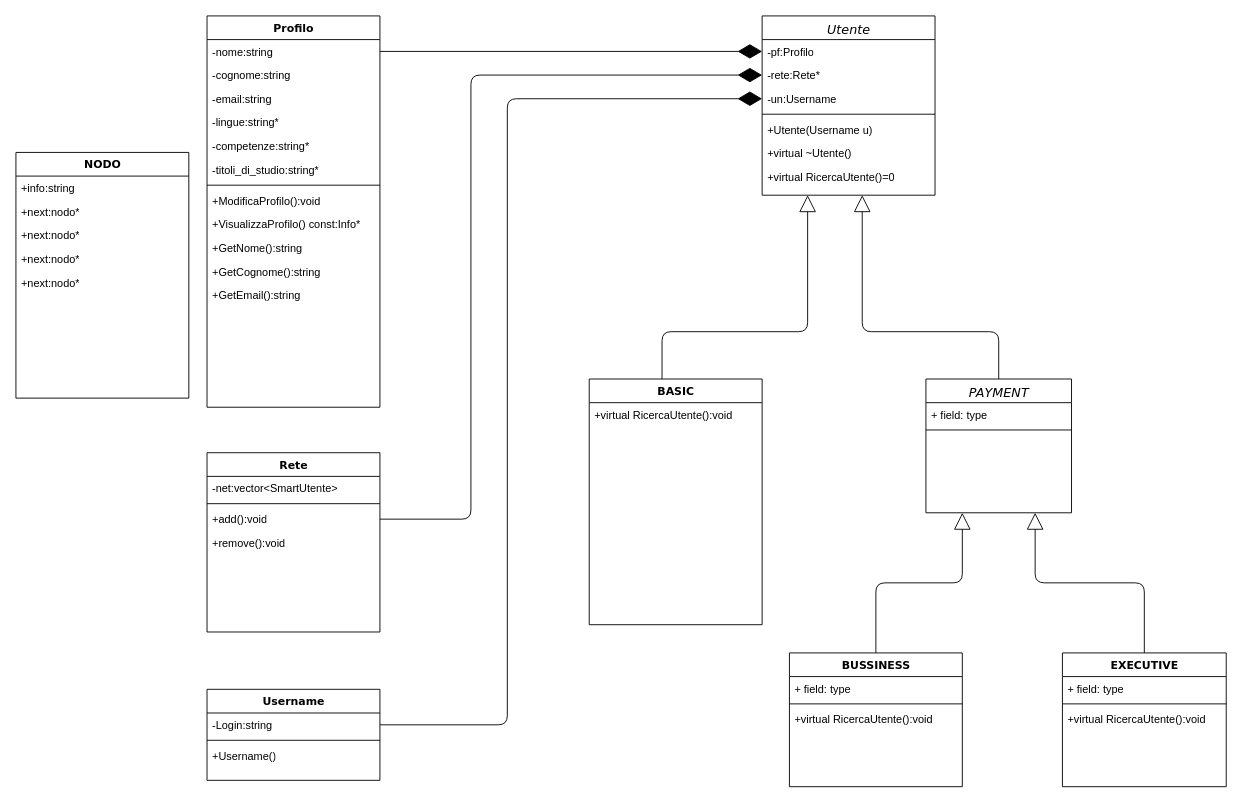
The draw.io diagram Schema.drawio in LorenzoMatt/ProgeettoP2, before the edit. Source tidied: cells renumbered, new cells numbered last; positions are measured from the earlier drawing's top-left corner, leaving out a move shared by most shapes. Both pictures are drawn from the tidied source at 91%, with x=0, y=0 at pixel (15, 15).
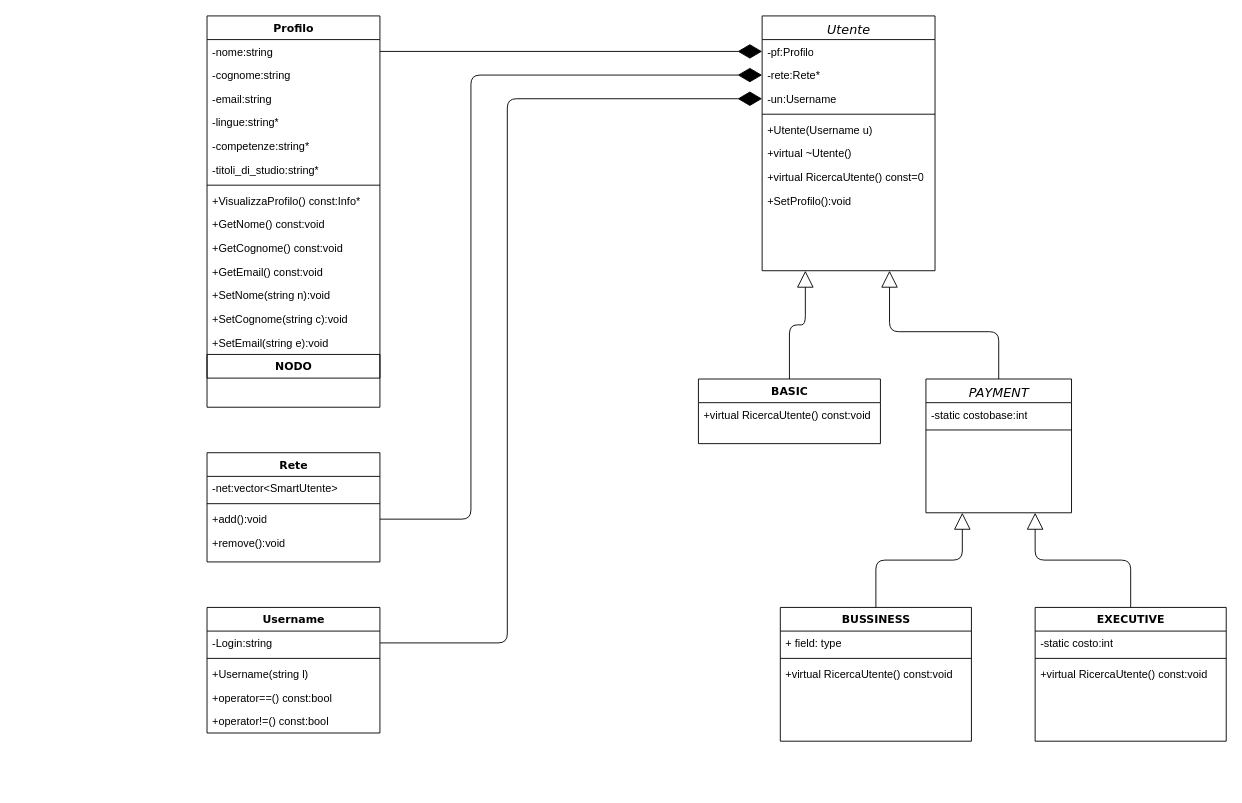
After the change.

The change refers to these unchanged cells:
```xml
<mxCell id="5" value="-un:Username" style="text;html=1;strokeColor=none;fillColor=none;align=left;verticalAlign=top;spacingLeft=4;spacingRight=4;whiteSpace=wrap;overflow=hidden;points=[[0,0.5],[1,0.5]];portConstraint=eastwest;" parent="2" vertex="1">
  <mxGeometry y="78" width="190" height="26" as="geometry" />
</mxCell>
<mxCell id="14" value="&lt;span style=&quot;font-weight: normal&quot;&gt;&lt;i&gt;&lt;font style=&quot;font-size: 14px&quot;&gt;PAYMENT&lt;/font&gt;&lt;/i&gt;&lt;/span&gt;" style="swimlane;html=1;fontStyle=1;align=center;verticalAlign=top;horizontal=1;startSize=26;swimlaneFillColor=#ffffff;rounded=0;shadow=0;comic=0;labelBackgroundColor=none;strokeWidth=1;fillColor=none;fontFamily=Verdana;fontSize=12;" parent="1" vertex="1">
  <mxGeometry x="1000" y="399" width="160" height="147" as="geometry" />
</mxCell>
<mxCell id="31" value="-Login:string" style="text;html=1;strokeColor=none;fillColor=none;align=left;verticalAlign=top;spacingLeft=4;spacingRight=4;whiteSpace=wrap;overflow=hidden;points=[[0,0.5],[1,0.5]];portConstraint=eastwest;" parent="30" vertex="1">
  <mxGeometry y="26" width="190" height="26" as="geometry" />
</mxCell>
<mxCell id="39" value="Profilo" style="swimlane;html=1;fontStyle=1;align=center;verticalAlign=top;horizontal=1;startSize=26;swimlaneFillColor=#ffffff;rounded=0;shadow=0;comic=0;labelBackgroundColor=none;strokeWidth=1;fillColor=none;fontFamily=Verdana;fontSize=12;" parent="1" vertex="1">
  <mxGeometry x="210" width="190" height="430" as="geometry" />
</mxCell>
```

Change to the diagram source:
```diff
@@
     <mxCell id="2" value="&lt;i style=&quot;font-weight: normal&quot;&gt;&lt;font style=&quot;font-size: 14px&quot;&gt;Utente&lt;/font&gt;&lt;/i&gt;" style="swimlane;html=1;fontStyle=1;align=center;verticalAlign=top;horizontal=1;startSize=26;swimlaneFillColor=#ffffff;rounded=0;shadow=0;comic=0;labelBackgroundColor=none;strokeWidth=1;fillColor=none;fontFamily=Verdana;fontSize=12;" parent="1" vertex="1">
-      <mxGeometry x="820" width="190" height="197" as="geometry" />
+      <mxGeometry x="820" width="190" height="280" as="geometry" />
     </mxCell>
@@
-    <mxCell id="9" value="+virtual RicercaUtente()=0" style="text;html=1;strokeColor=none;fillColor=none;align=left;verticalAlign=top;spacingLeft=4;spacingRight=4;whiteSpace=wrap;overflow=hidden;" parent="2" vertex="1">
+    <mxCell id="9" value="+virtual RicercaUtente() const=0" style="text;html=1;strokeColor=none;fillColor=none;align=left;verticalAlign=top;spacingLeft=4;spacingRight=4;whiteSpace=wrap;overflow=hidden;" parent="2" vertex="1">
       <mxGeometry y="164" width="190" height="26" as="geometry" />
     </mxCell>
-    <mxCell id="10" style="edgeStyle=orthogonalEdgeStyle;html=1;labelBackgroundColor=none;startFill=0;startSize=8;endArrow=block;endFill=0;endSize=16;fontFamily=Verdana;fontSize=12;" parent="1" edge="1" source="11" target="2">
-      <mxGeometry relative="1" as="geometry">
-        <Array as="points">
-          <mxPoint x="710" y="347" />
-          <mxPoint x="870" y="347" />
-        </Array>
-      </mxGeometry>
-    </mxCell>
+    <mxCell id="58" value="+SetProfilo():void" style="text;html=1;strokeColor=none;fillColor=none;align=left;verticalAlign=top;spacingLeft=4;spacingRight=4;whiteSpace=wrap;overflow=hidden;" parent="2" vertex="1">
+      <mxGeometry y="190" width="190" height="26" as="geometry" />
+    </mxCell>
     <mxCell id="11" value="BASIC" style="swimlane;html=1;fontStyle=1;align=center;verticalAlign=top;horizontal=1;startSize=26;swimlaneFillColor=#ffffff;rounded=0;shadow=0;comic=0;labelBackgroundColor=none;strokeWidth=1;fillColor=none;fontFamily=Verdana;fontSize=12;" parent="1" vertex="1">
-      <mxGeometry x="630" y="399" width="190" height="270" as="geometry" />
+      <mxGeometry x="750" y="399" width="200" height="71" as="geometry" />
     </mxCell>
-    <mxCell id="12" value="+virtual RicercaUtente():void" style="text;html=1;strokeColor=none;fillColor=none;align=left;verticalAlign=top;spacingLeft=4;spacingRight=4;whiteSpace=wrap;overflow=hidden;" parent="11" vertex="1">
-      <mxGeometry y="26" width="190" height="26" as="geometry" />
+    <mxCell id="12" value="+virtual RicercaUtente() const:void" style="text;html=1;strokeColor=none;fillColor=none;align=left;verticalAlign=top;spacingLeft=4;spacingRight=4;whiteSpace=wrap;overflow=hidden;" parent="11" vertex="1">
+      <mxGeometry y="26" width="200" height="26" as="geometry" />
     </mxCell>
     <mxCell id="13" style="edgeStyle=orthogonalEdgeStyle;html=1;labelBackgroundColor=none;startFill=0;startSize=8;endArrow=block;endFill=0;endSize=16;fontFamily=Verdana;fontSize=12;" parent="1" edge="1" source="14" target="2">
       <mxGeometry relative="1" as="geometry">
         <Array as="points">
           <mxPoint x="1080" y="347" />
-          <mxPoint x="930" y="347" />
+          <mxPoint x="960" y="347" />
         </Array>
       </mxGeometry>
     </mxCell>
@@
-    <mxCell id="15" value="+ field: type" style="text;html=1;strokeColor=none;fillColor=none;align=left;verticalAlign=top;spacingLeft=4;spacingRight=4;whiteSpace=wrap;overflow=hidden;" parent="14" vertex="1">
+    <mxCell id="15" value="-static costobase:int" style="text;html=1;strokeColor=none;fillColor=none;align=left;verticalAlign=top;spacingLeft=4;spacingRight=4;whiteSpace=wrap;overflow=hidden;" parent="14" vertex="1">
       <mxGeometry y="26" width="160" height="26" as="geometry" />
     </mxCell>
@@
     <mxCell id="17" value="EXECUTIVE" style="swimlane;html=1;fontStyle=1;align=center;verticalAlign=top;horizontal=1;startSize=26;swimlaneFillColor=#ffffff;rounded=0;shadow=0;comic=0;labelBackgroundColor=none;strokeWidth=1;fillColor=none;fontFamily=Verdana;fontSize=12;" parent="1" vertex="1">
-      <mxGeometry x="1150" y="700" width="180" height="147" as="geometry" />
+      <mxGeometry x="1120" y="650" width="210" height="147" as="geometry" />
     </mxCell>
-    <mxCell id="18" value="+ field: type" style="text;html=1;strokeColor=none;fillColor=none;align=left;verticalAlign=top;spacingLeft=4;spacingRight=4;whiteSpace=wrap;overflow=hidden;" parent="17" vertex="1">
-      <mxGeometry y="26" width="180" height="26" as="geometry" />
+    <mxCell id="18" value="-static costo:int" style="text;html=1;strokeColor=none;fillColor=none;align=left;verticalAlign=top;spacingLeft=4;spacingRight=4;whiteSpace=wrap;overflow=hidden;" parent="17" vertex="1">
+      <mxGeometry y="26" width="210" height="26" as="geometry" />
     </mxCell>
     <mxCell id="19" style="line;html=1;strokeWidth=1;fillColor=none;align=left;verticalAlign=middle;spacingTop=-1;spacingLeft=3;spacingRight=3;labelPosition=right;" parent="17" vertex="1">
-      <mxGeometry y="52" width="180" height="8" as="geometry" />
+      <mxGeometry y="52" width="210" height="8" as="geometry" />
     </mxCell>
-    <mxCell id="20" value="+virtual RicercaUtente():void" style="text;html=1;strokeColor=none;fillColor=none;align=left;verticalAlign=top;spacingLeft=4;spacingRight=4;whiteSpace=wrap;overflow=hidden;" parent="17" vertex="1">
-      <mxGeometry y="60" width="180" height="26" as="geometry" />
+    <mxCell id="20" value="+virtual RicercaUtente() const:void" style="text;html=1;strokeColor=none;fillColor=none;align=left;verticalAlign=top;spacingLeft=4;spacingRight=4;whiteSpace=wrap;overflow=hidden;" parent="17" vertex="1">
+      <mxGeometry y="60" width="210" height="26" as="geometry" />
     </mxCell>
     <mxCell id="21" value="BUSSINESS" style="swimlane;html=1;fontStyle=1;align=center;verticalAlign=top;horizontal=1;startSize=26;swimlaneFillColor=#ffffff;rounded=0;shadow=0;comic=0;labelBackgroundColor=none;strokeWidth=1;fillColor=none;fontFamily=Verdana;fontSize=12;" parent="1" vertex="1">
-      <mxGeometry x="850" y="700" width="190" height="147" as="geometry" />
+      <mxGeometry x="840" y="650" width="210" height="147" as="geometry" />
     </mxCell>
     <mxCell id="22" value="+ field: type" style="text;html=1;strokeColor=none;fillColor=none;align=left;verticalAlign=top;spacingLeft=4;spacingRight=4;whiteSpace=wrap;overflow=hidden;" parent="21" vertex="1">
-      <mxGeometry y="26" width="190" height="26" as="geometry" />
+      <mxGeometry y="26" width="210" height="26" as="geometry" />
     </mxCell>
     <mxCell id="23" style="line;html=1;strokeWidth=1;fillColor=none;align=left;verticalAlign=middle;spacingTop=-1;spacingLeft=3;spacingRight=3;labelPosition=right;" parent="21" vertex="1">
-      <mxGeometry y="52" width="190" height="8" as="geometry" />
+      <mxGeometry y="52" width="210" height="8" as="geometry" />
     </mxCell>
-    <mxCell id="24" value="+virtual RicercaUtente():void" style="text;html=1;strokeColor=none;fillColor=none;align=left;verticalAlign=top;spacingLeft=4;spacingRight=4;whiteSpace=wrap;overflow=hidden;" parent="21" vertex="1">
-      <mxGeometry y="60" width="190" height="26" as="geometry" />
+    <mxCell id="24" value="+virtual RicercaUtente() const:void" style="text;html=1;strokeColor=none;fillColor=none;align=left;verticalAlign=top;spacingLeft=4;spacingRight=4;whiteSpace=wrap;overflow=hidden;" parent="21" vertex="1">
+      <mxGeometry y="60" width="210" height="26" as="geometry" />
     </mxCell>
@@
     <mxCell id="27" style="endArrow=diamondThin;endFill=1;endSize=24;html=1;entryX=0;entryY=0.5;entryDx=0;entryDy=0;exitX=1;exitY=0.5;exitDx=0;exitDy=0;edgeStyle=orthogonalEdgeStyle;" parent="1" edge="1" source="31" target="5">
       <mxGeometry relative="1" as="geometry">
         <Array as="points">
-          <mxPoint x="540" y="779" />
+          <mxPoint x="540" y="689" />
           <mxPoint x="540" y="91" />
         </Array>
       </mxGeometry>
     </mxCell>
@@
     <mxCell id="30" value="Username" style="swimlane;html=1;fontStyle=1;align=center;verticalAlign=top;horizontal=1;startSize=26;swimlaneFillColor=#ffffff;rounded=0;shadow=0;comic=0;labelBackgroundColor=none;strokeWidth=1;fillColor=none;fontFamily=Verdana;fontSize=12;" parent="1" vertex="1">
-      <mxGeometry x="210" y="740" width="190" height="100" as="geometry" />
+      <mxGeometry x="210" y="650" width="190" height="138" as="geometry" />
     </mxCell>
@@
-    <mxCell id="33" value="+Username()" style="text;html=1;strokeColor=none;fillColor=none;align=left;verticalAlign=top;spacingLeft=4;spacingRight=4;whiteSpace=wrap;overflow=hidden;" parent="30" vertex="1">
+    <mxCell id="33" value="+Username(string l)" style="text;html=1;strokeColor=none;fillColor=none;align=left;verticalAlign=top;spacingLeft=4;spacingRight=4;whiteSpace=wrap;overflow=hidden;" parent="30" vertex="1">
       <mxGeometry y="60" width="190" height="26" as="geometry" />
     </mxCell>
+    <mxCell id="59" value="+operator==() const:bool" style="text;html=1;strokeColor=none;fillColor=none;align=left;verticalAlign=top;spacingLeft=4;spacingRight=4;whiteSpace=wrap;overflow=hidden;" parent="30" vertex="1">
+      <mxGeometry y="86" width="190" height="26" as="geometry" />
+    </mxCell>
+    <mxCell id="60" value="+operator!=() const:bool" style="text;html=1;strokeColor=none;fillColor=none;align=left;verticalAlign=top;spacingLeft=4;spacingRight=4;whiteSpace=wrap;overflow=hidden;" parent="30" vertex="1">
+      <mxGeometry y="112" width="190" height="26" as="geometry" />
+    </mxCell>
     <mxCell id="34" value="Rete" style="swimlane;html=1;fontStyle=1;align=center;verticalAlign=top;horizontal=1;startSize=26;swimlaneFillColor=#ffffff;rounded=0;shadow=0;comic=0;labelBackgroundColor=none;strokeWidth=1;fillColor=none;fontFamily=Verdana;fontSize=12;" parent="1" vertex="1">
-      <mxGeometry x="210" y="480" width="190" height="197" as="geometry" />
+      <mxGeometry x="210" y="480" width="190" height="120" as="geometry" />
     </mxCell>
@@
-    <mxCell id="47" value="+ModificaProfilo():void" style="text;html=1;strokeColor=none;fillColor=none;align=left;verticalAlign=top;spacingLeft=4;spacingRight=4;whiteSpace=wrap;overflow=hidden;" parent="39" vertex="1">
-      <mxGeometry y="190" width="190" height="26" as="geometry" />
-    </mxCell>
     <mxCell id="48" value="+VisualizzaProfilo() const:Info*" style="text;html=1;strokeColor=none;fillColor=none;align=left;verticalAlign=top;spacingLeft=4;spacingRight=4;whiteSpace=wrap;overflow=hidden;" parent="39" vertex="1">
-      <mxGeometry y="216" width="190" height="26" as="geometry" />
+      <mxGeometry y="190" width="190" height="26" as="geometry" />
     </mxCell>
-    <mxCell id="49" value="+GetNome():string&amp;nbsp;" style="text;html=1;strokeColor=none;fillColor=none;align=left;verticalAlign=top;spacingLeft=4;spacingRight=4;whiteSpace=wrap;overflow=hidden;" parent="39" vertex="1">
-      <mxGeometry y="242" width="190" height="26" as="geometry" />
+    <mxCell id="49" value="+GetNome() const:void&amp;nbsp;" style="text;html=1;strokeColor=none;fillColor=none;align=left;verticalAlign=top;spacingLeft=4;spacingRight=4;whiteSpace=wrap;overflow=hidden;" parent="39" vertex="1">
+      <mxGeometry y="216" width="190" height="26" as="geometry" />
     </mxCell>
-    <mxCell id="50" value="+GetCognome():string&amp;nbsp;" style="text;html=1;strokeColor=none;fillColor=none;align=left;verticalAlign=top;spacingLeft=4;spacingRight=4;whiteSpace=wrap;overflow=hidden;" parent="39" vertex="1">
-      <mxGeometry y="268" width="190" height="26" as="geometry" />
+    <mxCell id="50" value="+GetCognome() const:void" style="text;html=1;strokeColor=none;fillColor=none;align=left;verticalAlign=top;spacingLeft=4;spacingRight=4;whiteSpace=wrap;overflow=hidden;" parent="39" vertex="1">
+      <mxGeometry y="242" width="190" height="26" as="geometry" />
     </mxCell>
-    <mxCell id="51" value="+GetEmail():string&amp;nbsp;" style="text;html=1;strokeColor=none;fillColor=none;align=left;verticalAlign=top;spacingLeft=4;spacingRight=4;whiteSpace=wrap;overflow=hidden;" parent="39" vertex="1">
-      <mxGeometry y="294" width="190" height="26" as="geometry" />
+    <mxCell id="51" value="+GetEmail() const:void" style="text;html=1;strokeColor=none;fillColor=none;align=left;verticalAlign=top;spacingLeft=4;spacingRight=4;whiteSpace=wrap;overflow=hidden;" parent="39" vertex="1">
+      <mxGeometry y="268" width="190" height="26" as="geometry" />
     </mxCell>
+    <mxCell id="61" value="+SetNome(string n):void" style="text;html=1;strokeColor=none;fillColor=none;align=left;verticalAlign=top;spacingLeft=4;spacingRight=4;whiteSpace=wrap;overflow=hidden;" parent="39" vertex="1">
+      <mxGeometry y="294" width="190" height="26" as="geometry" />
+    </mxCell>
+    <mxCell id="62" value="+SetCognome(string c):void" style="text;html=1;strokeColor=none;fillColor=none;align=left;verticalAlign=top;spacingLeft=4;spacingRight=4;whiteSpace=wrap;overflow=hidden;" parent="39" vertex="1">
+      <mxGeometry y="320" width="190" height="26" as="geometry" />
+    </mxCell>
+    <mxCell id="63" value="+SetEmail(string e):void" style="text;html=1;strokeColor=none;fillColor=none;align=left;verticalAlign=top;spacingLeft=4;spacingRight=4;whiteSpace=wrap;overflow=hidden;" parent="39" vertex="1">
+      <mxGeometry y="346" width="190" height="26" as="geometry" />
+    </mxCell>
-    <mxCell id="52" value="NODO" style="swimlane;html=1;fontStyle=1;align=center;verticalAlign=top;horizontal=1;startSize=26;swimlaneFillColor=#ffffff;rounded=0;shadow=0;comic=0;labelBackgroundColor=none;strokeWidth=1;fillColor=none;fontFamily=Verdana;fontSize=12;" parent="1" vertex="1">
-      <mxGeometry y="150" width="190" height="270" as="geometry" />
+    <mxCell id="52" value="NODO" style="swimlane;html=1;fontStyle=1;align=center;verticalAlign=top;horizontal=1;startSize=26;swimlaneFillColor=#ffffff;rounded=0;shadow=0;comic=0;labelBackgroundColor=none;strokeWidth=1;fillColor=none;fontFamily=Verdana;fontSize=12;" parent="39" vertex="1" collapsed="1">
+      <mxGeometry y="372" width="190" height="26" as="geometry" />
     </mxCell>
-    <mxCell id="53" value="+info:string" style="text;html=1;strokeColor=none;fillColor=none;align=left;verticalAlign=top;spacingLeft=4;spacingRight=4;whiteSpace=wrap;overflow=hidden;" parent="52" vertex="1">
-      <mxGeometry y="26" width="190" height="26" as="geometry" />
-    </mxCell>
-    <mxCell id="54" value="+next:nodo*" style="text;html=1;strokeColor=none;fillColor=none;align=left;verticalAlign=top;spacingLeft=4;spacingRight=4;whiteSpace=wrap;overflow=hidden;" parent="52" vertex="1">
-      <mxGeometry y="52" width="190" height="26" as="geometry" />
-    </mxCell>
-    <mxCell id="55" value="+next:nodo*" style="text;html=1;strokeColor=none;fillColor=none;align=left;verticalAlign=top;spacingLeft=4;spacingRight=4;whiteSpace=wrap;overflow=hidden;" parent="52" vertex="1">
-      <mxGeometry y="78" width="190" height="26" as="geometry" />
-    </mxCell>
-    <mxCell id="56" value="+next:nodo*" style="text;html=1;strokeColor=none;fillColor=none;align=left;verticalAlign=top;spacingLeft=4;spacingRight=4;whiteSpace=wrap;overflow=hidden;" parent="52" vertex="1">
-      <mxGeometry y="104" width="190" height="26" as="geometry" />
-    </mxCell>
-    <mxCell id="57" value="+next:nodo*" style="text;html=1;strokeColor=none;fillColor=none;align=left;verticalAlign=top;spacingLeft=4;spacingRight=4;whiteSpace=wrap;overflow=hidden;" parent="52" vertex="1">
-      <mxGeometry y="130" width="190" height="26" as="geometry" />
-    </mxCell>
+    <mxCell id="10" style="endArrow=block;endSize=16;endFill=0;html=1;entryX=0.25;entryY=1;entryDx=0;entryDy=0;exitX=0.5;exitY=0;exitDx=0;exitDy=0;edgeStyle=orthogonalEdgeStyle;" parent="1" edge="1" source="11" target="2">
+      <mxGeometry relative="1" as="geometry" />
+    </mxCell>
```
